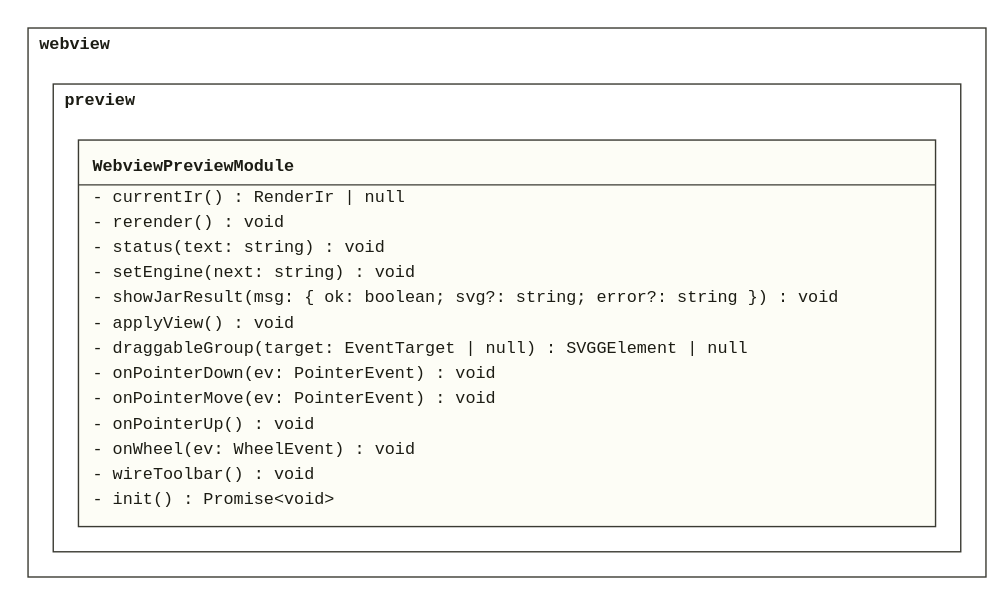
This is doc/assets/CL_WebviewPreview.svg from derivasoftware/plantuml-vscode, a PlantUML export, as it was before one commit. Its source is kept beside it as design/lld/webview/CL_WebviewPreview.puml.
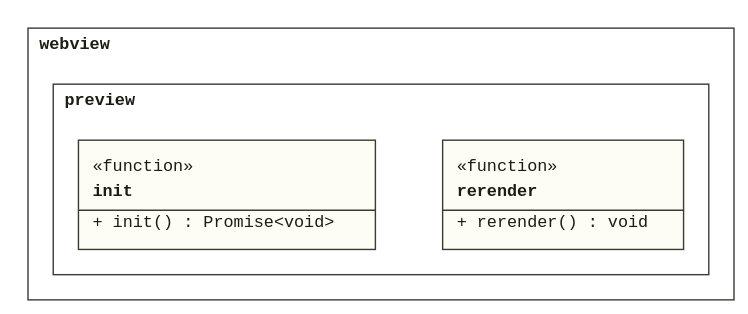
After the change.

Commit message:
Model the module functions on the function axis (BOK-00139-1)

Change to the diagram source:
```diff
@@ -3,20 +3,11 @@
 !startsub WebviewPreviewModule
 
 namespace webview.preview {
-  class "<<module>>" as WebviewPreviewModule {
-    - currentIr() : RenderIr | null
-    - rerender() : void
-    - status(text: string) : void
-    - setEngine(next: string) : void
-    - showJarResult(msg: { ok: boolean; svg?: string; error?: string }) : void
-    - applyView() : void
-    - draggableGroup(target: EventTarget | null) : SVGGElement | null
-    - onPointerDown(ev: PointerEvent) : void
-    - onPointerMove(ev: PointerEvent) : void
-    - onPointerUp() : void
-    - onWheel(ev: WheelEvent) : void
-    - wireToolbar() : void
-    - init() : Promise<void>
+  class init <<function>> {
+    + init() : Promise<void>
+  }
+  class rerender <<function>> {
+    + rerender() : void
   }
 }
 
```
